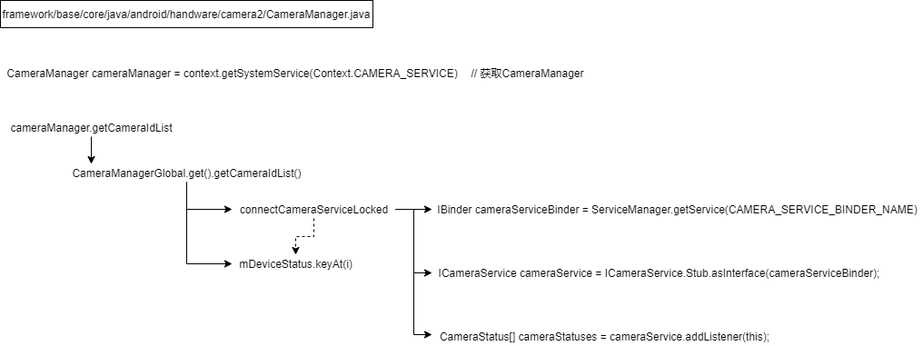
This is Android camera.png from zhangmeizhen/test2, a draw.io export, as it was before one commit. Source tidied: cells renumbered, new cells last; positions are measured from the earlier drawing's top-left corner, leaving out a move shared by most shapes. Source of this version:
```xml
<mxGraphModel>
  <root>
    <mxCell id="0" />
    <mxCell id="1" parent="0" />
    <mxCell id="2" value="CameraManager cameraManager = context.getSystemService(Context.CAMERA_SERVICE)" style="text;html=1;align=center;verticalAlign=middle;strokeColor=none;fillColor=none;" parent="1" vertex="1">
      <mxGeometry y="70" width="510" height="20" as="geometry" />
    </mxCell>
    <mxCell id="3" value="// 获取CameraManager" style="text;html=1;align=center;verticalAlign=middle;strokeColor=none;fillColor=none;" parent="1" vertex="1">
      <mxGeometry x="510" y="70" width="140" height="20" as="geometry" />
    </mxCell>
    <mxCell id="4" value="framework/base/core/java/android/handware/camera2/CameraManager.java" style="rounded=0;whiteSpace=wrap;html=1;" parent="1" vertex="1">
      <mxGeometry width="410" height="30" as="geometry" />
    </mxCell>
    <mxCell id="5" style="edgeStyle=orthogonalEdgeStyle;rounded=0;jettySize=auto;html=1;" parent="1" edge="1" source="6" target="9">
      <mxGeometry relative="1" as="geometry">
        <Array as="points">
          <mxPoint x="100" y="200" />
          <mxPoint x="100" y="200" />
        </Array>
      </mxGeometry>
    </mxCell>
    <mxCell id="6" value="cameraManager.getCameraIdList" style="text;html=1;align=center;verticalAlign=middle;points=[];strokeColor=none;fillColor=none;" parent="1" vertex="1">
      <mxGeometry x="5" y="130" width="190" height="20" as="geometry" />
    </mxCell>
    <mxCell id="7" style="edgeStyle=orthogonalEdgeStyle;rounded=0;jettySize=auto;html=1;entryX=0;entryY=0.5;entryDx=0;entryDy=0;entryPerimeter=0;" parent="1" edge="1" source="9" target="14">
      <mxGeometry relative="1" as="geometry" />
    </mxCell>
    <mxCell id="8" style="edgeStyle=orthogonalEdgeStyle;rounded=0;jettySize=auto;html=1;entryX=0;entryY=0.5;entryDx=0;entryDy=0;entryPerimeter=0;" parent="1" edge="1" source="9" target="15">
      <mxGeometry relative="1" as="geometry" />
    </mxCell>
    <mxCell id="9" value="CameraManagerGlobal.get().getCameraIdList()" style="text;html=1;align=center;verticalAlign=middle;points=[];strokeColor=none;fillColor=none;" parent="1" vertex="1">
      <mxGeometry x="70" y="180" width="270" height="20" as="geometry" />
    </mxCell>
    <mxCell id="10" style="edgeStyle=orthogonalEdgeStyle;rounded=0;jettySize=auto;html=1;dashed=1;" parent="1" edge="1" source="14" target="15">
      <mxGeometry relative="1" as="geometry" />
    </mxCell>
    <mxCell id="11" style="edgeStyle=orthogonalEdgeStyle;rounded=0;jettySize=auto;html=1;" parent="1" edge="1" source="14" target="16">
      <mxGeometry relative="1" as="geometry" />
    </mxCell>
    <mxCell id="12" style="edgeStyle=orthogonalEdgeStyle;rounded=0;jettySize=auto;html=1;entryX=0;entryY=0.5;entryDx=0;entryDy=0;entryPerimeter=0;" parent="1" edge="1" source="14" target="17">
      <mxGeometry relative="1" as="geometry" />
    </mxCell>
    <mxCell id="13" style="edgeStyle=orthogonalEdgeStyle;rounded=0;jettySize=auto;html=1;entryX=0;entryY=0.4;entryDx=0;entryDy=0;entryPerimeter=0;" parent="1" edge="1" source="14" target="18">
      <mxGeometry relative="1" as="geometry" />
    </mxCell>
    <mxCell id="14" value="connectCameraServiceLocked" style="text;html=1;align=center;verticalAlign=middle;points=[];strokeColor=none;fillColor=none;" parent="1" vertex="1">
      <mxGeometry x="255" y="220" width="180" height="20" as="geometry" />
    </mxCell>
    <mxCell id="15" value="mDeviceStatus.keyAt(i)" style="text;html=1;align=center;verticalAlign=middle;points=[];strokeColor=none;fillColor=none;" parent="1" vertex="1">
      <mxGeometry x="255" y="280" width="140" height="20" as="geometry" />
    </mxCell>
    <mxCell id="16" value="IBinder cameraServiceBinder = ServiceManager.getService(CAMERA_SERVICE_BINDER_NAME)" style="text;html=1;align=center;verticalAlign=middle;points=[];strokeColor=none;fillColor=none;" parent="1" vertex="1">
      <mxGeometry x="475" y="220" width="540" height="20" as="geometry" />
    </mxCell>
    <mxCell id="17" value="ICameraService cameraService = ICameraService.Stub.asInterface(cameraServiceBinder);" style="text;html=1;align=center;verticalAlign=middle;points=[];strokeColor=none;fillColor=none;" parent="1" vertex="1">
      <mxGeometry x="475" y="290" width="500" height="20" as="geometry" />
    </mxCell>
    <mxCell id="18" value="CameraStatus[] cameraStatuses = cameraService.addListener(this);" style="text;html=1;align=center;verticalAlign=middle;points=[];strokeColor=none;fillColor=none;" parent="1" vertex="1">
      <mxGeometry x="475" y="360" width="380" height="20" as="geometry" />
    </mxCell>
  </root>
</mxGraphModel>
```
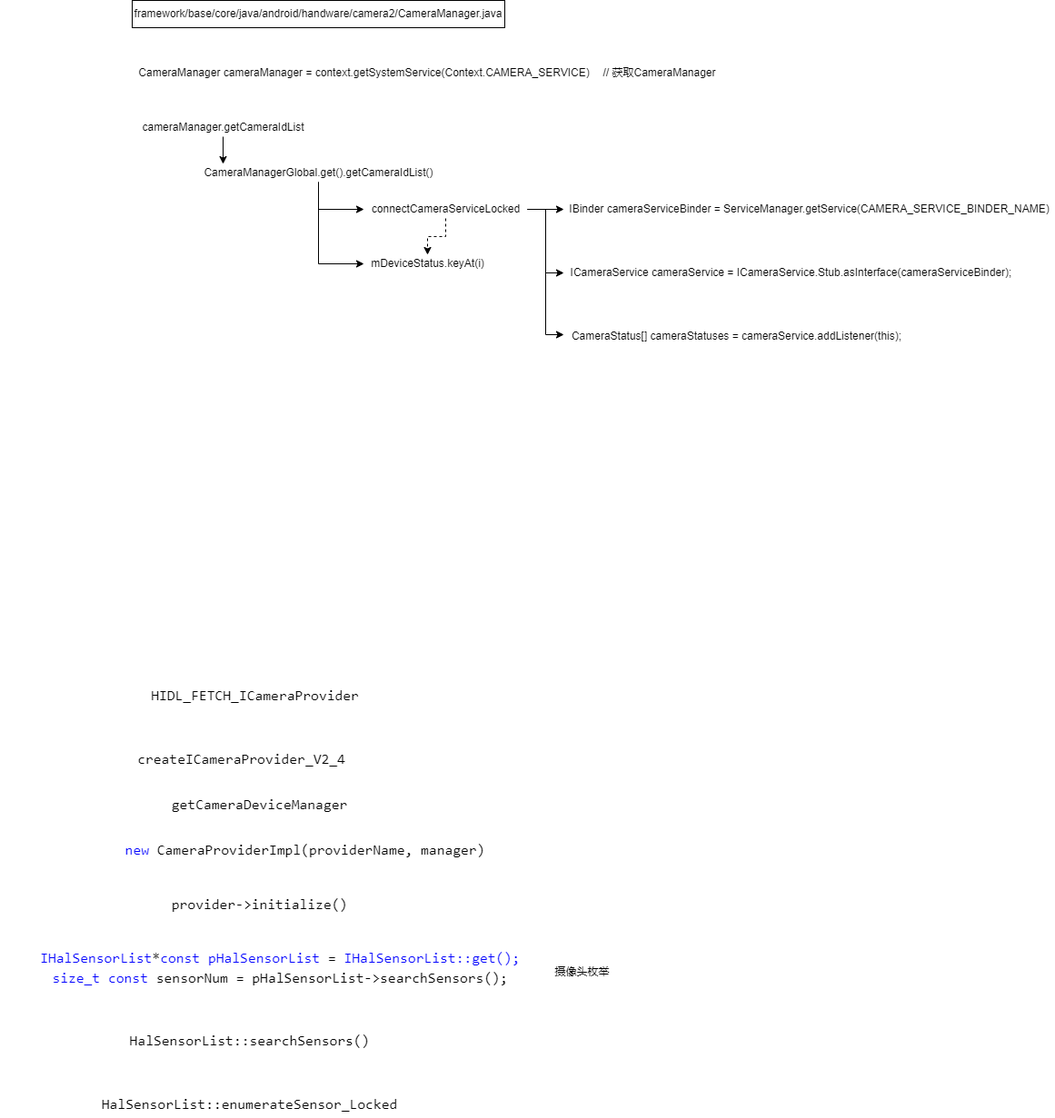
Later version of the same file.

The edit, as a diff of the source:
```diff
@@ -58,5 +58,35 @@
     <mxCell id="18" value="CameraStatus[] cameraStatuses = cameraService.addListener(this);" style="text;html=1;align=center;verticalAlign=middle;points=[];strokeColor=none;fillColor=none;" parent="1" vertex="1">
       <mxGeometry x="475" y="360" width="380" height="20" as="geometry" />
     </mxCell>
+    <mxCell id="19" value="摄像头枚举" style="text;html=1;align=center;verticalAlign=middle;strokeColor=none;fillColor=none;" parent="1" vertex="1">
+      <mxGeometry x="455" y="1060" width="80" height="20" as="geometry" />
+    </mxCell>
+    <mxCell id="20" value="&lt;div style=&quot;background-color: rgb(255, 255, 255); font-family: Consolas, &amp;quot;Courier New&amp;quot;, monospace; font-size: 16px; line-height: 22px;&quot;&gt;&lt;div&gt;HalSensorList::enumerateSensor_Locked&lt;/div&gt;&lt;/div&gt;" style="text;html=1;align=center;verticalAlign=middle;strokeColor=none;fillColor=none;" parent="1" vertex="1">
+      <mxGeometry x="-41" y="1200" width="340" height="30" as="geometry" />
+    </mxCell>
+    <mxCell id="21" value="&lt;div style=&quot;background-color: rgb(255, 255, 255); font-family: Consolas, &amp;quot;Courier New&amp;quot;, monospace; font-size: 16px; line-height: 22px;&quot;&gt;&lt;div&gt;HalSensorList::searchSensors()&lt;/div&gt;&lt;/div&gt;" style="text;html=1;align=center;verticalAlign=middle;strokeColor=none;fillColor=none;" parent="1" vertex="1">
+      <mxGeometry x="-11" y="1130" width="280" height="30" as="geometry" />
+    </mxCell>
+    <mxCell id="22" value="&lt;div style=&quot;background-color: rgb(255, 255, 255); font-family: Consolas, &amp;quot;Courier New&amp;quot;, monospace; font-size: 16px; line-height: 22px;&quot;&gt;HIDL_FETCH_ICameraProvider&lt;/div&gt;" style="text;html=1;align=center;verticalAlign=middle;strokeColor=none;fillColor=none;" parent="1" vertex="1">
+      <mxGeometry x="15" y="750" width="240" height="30" as="geometry" />
+    </mxCell>
+    <mxCell id="23" value="&lt;div style=&quot;background-color: rgb(255, 255, 255); font-family: Consolas, &amp;quot;Courier New&amp;quot;, monospace; font-size: 16px; line-height: 22px;&quot;&gt;createICameraProvider_V2_4&lt;/div&gt;" style="text;html=1;align=center;verticalAlign=middle;strokeColor=none;fillColor=none;" parent="1" vertex="1">
+      <mxGeometry y="820" width="240" height="30" as="geometry" />
+    </mxCell>
+    <mxCell id="24" value="&lt;div style=&quot;background-color: rgb(255, 255, 255); font-family: Consolas, &amp;quot;Courier New&amp;quot;, monospace; font-size: 16px; line-height: 22px;&quot;&gt;&lt;span style=&quot;color: #0000ff;&quot;&gt;new&lt;/span&gt; CameraProviderImpl(providerName, manager)&lt;/div&gt;" style="text;html=1;align=center;verticalAlign=middle;strokeColor=none;fillColor=none;" parent="1" vertex="1">
+      <mxGeometry x="-15" y="920" width="410" height="30" as="geometry" />
+    </mxCell>
+    <mxCell id="25" value="&lt;div style=&quot;background-color: rgb(255, 255, 255); font-family: Consolas, &amp;quot;Courier New&amp;quot;, monospace; font-size: 16px; line-height: 22px;&quot;&gt;provider-&amp;gt;initialize()&lt;/div&gt;" style="text;html=1;align=center;verticalAlign=middle;strokeColor=none;fillColor=none;" parent="1" vertex="1">
+      <mxGeometry x="35" y="980" width="210" height="30" as="geometry" />
+    </mxCell>
+    <mxCell id="26" value="&lt;div style=&quot;background-color: rgb(255, 255, 255); font-family: Consolas, &amp;quot;Courier New&amp;quot;, monospace; font-size: 16px; line-height: 22px;&quot;&gt;getCameraDeviceManager&lt;/div&gt;" style="text;html=1;align=center;verticalAlign=middle;strokeColor=none;fillColor=none;" parent="1" vertex="1">
+      <mxGeometry x="35" y="870" width="210" height="30" as="geometry" />
+    </mxCell>
+    <mxCell id="27" value="Text" style="text;html=1;align=center;verticalAlign=middle;strokeColor=none;fillColor=none;" parent="1" vertex="1">
+      <mxGeometry x="25" y="1040" width="40" height="20" as="geometry" />
+    </mxCell>
+    <mxCell id="28" value="&lt;div style=&quot;background-color: rgb(255, 255, 255); font-family: Consolas, &amp;quot;Courier New&amp;quot;, monospace; font-size: 16px; line-height: 22px;&quot;&gt;&lt;div&gt;&lt;span style=&quot;color: #0000ff;&quot;&gt;&amp;nbsp; &amp;nbsp; IHalSensorList&lt;/span&gt;*&lt;span style=&quot;color: #0000ff;&quot;&gt;const pHalSensorList &lt;/span&gt;=&lt;span style=&quot;color: #0000ff;&quot;&gt; IHalSensorList::get();&lt;/span&gt;&lt;/div&gt;&lt;div&gt;&amp;nbsp; &amp;nbsp; &lt;span style=&quot;color: #0000ff;&quot;&gt;size_t&lt;/span&gt; &lt;span style=&quot;color: #0000ff;&quot;&gt;const&lt;/span&gt; sensorNum = pHalSensorList-&amp;gt;searchSensors();&lt;/div&gt;&lt;/div&gt;" style="text;html=1;align=center;verticalAlign=middle;strokeColor=none;fillColor=none;" parent="1" vertex="1">
+      <mxGeometry x="-145" y="1040" width="580" height="50" as="geometry" />
+    </mxCell>
   </root>
 </mxGraphModel>
```
